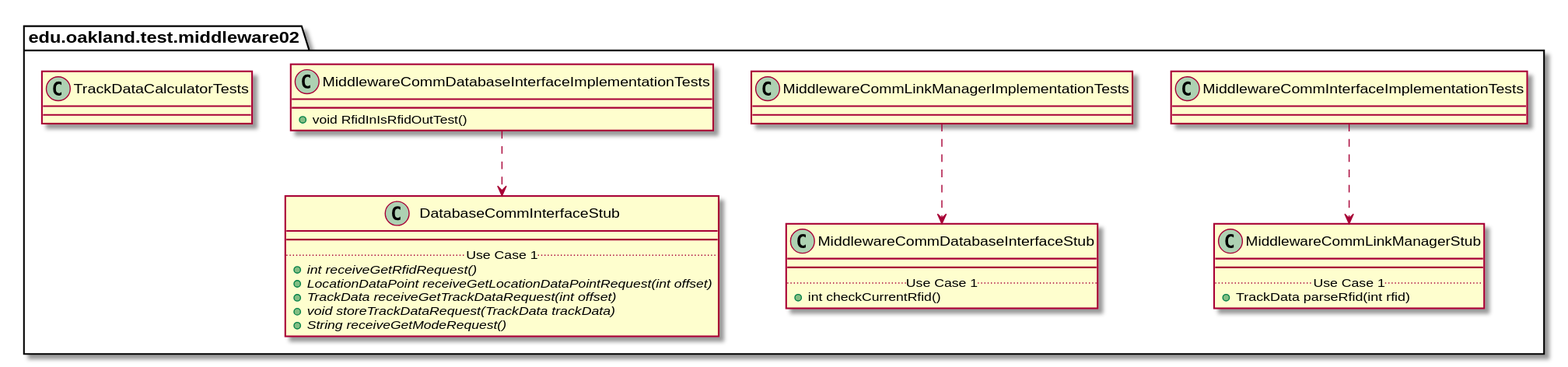
Earlier version of the PlantUML export docs/uml-class-diagrams/middleware02/test/Middleware02TestPackage_InternalDependencies.svg (elilley15/csi-3370-software-project).
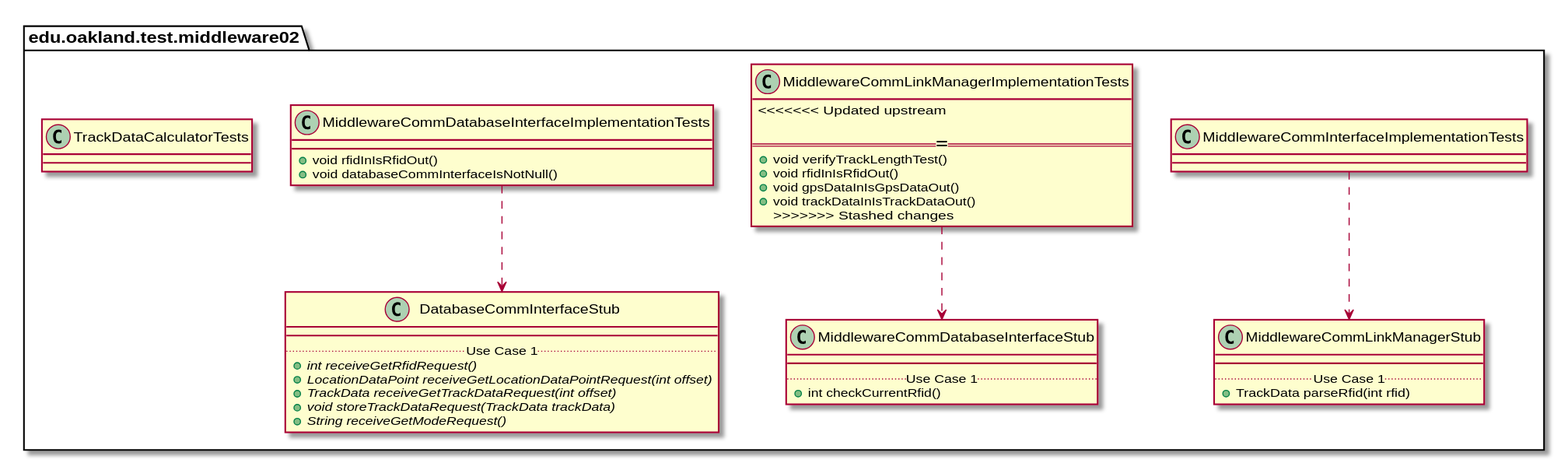
After the commit.

Change to the diagram source:
```diff
@@ -25,7 +25,14 @@
 
 package edu.oakland.test.middleware02 {
     class MiddlewareCommLinkManagerImplementationTests {
+<<<<<<< Updated upstream
 
+=======
+      + void verifyTrackLengthTest()
+      + void rfidInIsRfidOut()
+      + void gpsDataInIsGpsDataOut()
+      + void trackDataInIsTrackDataOut()
+>>>>>>> Stashed changes
     }
 }
 
@@ -43,7 +50,8 @@
 
 package edu.oakland.test.middleware02 {
     class MiddlewareCommDatabaseInterfaceImplementationTests {
-      + void RfidInIsRfidOutTest()
+        + void rfidInIsRfidOut()
+        + void databaseCommInterfaceIsNotNull()
     }
 }
 
```
